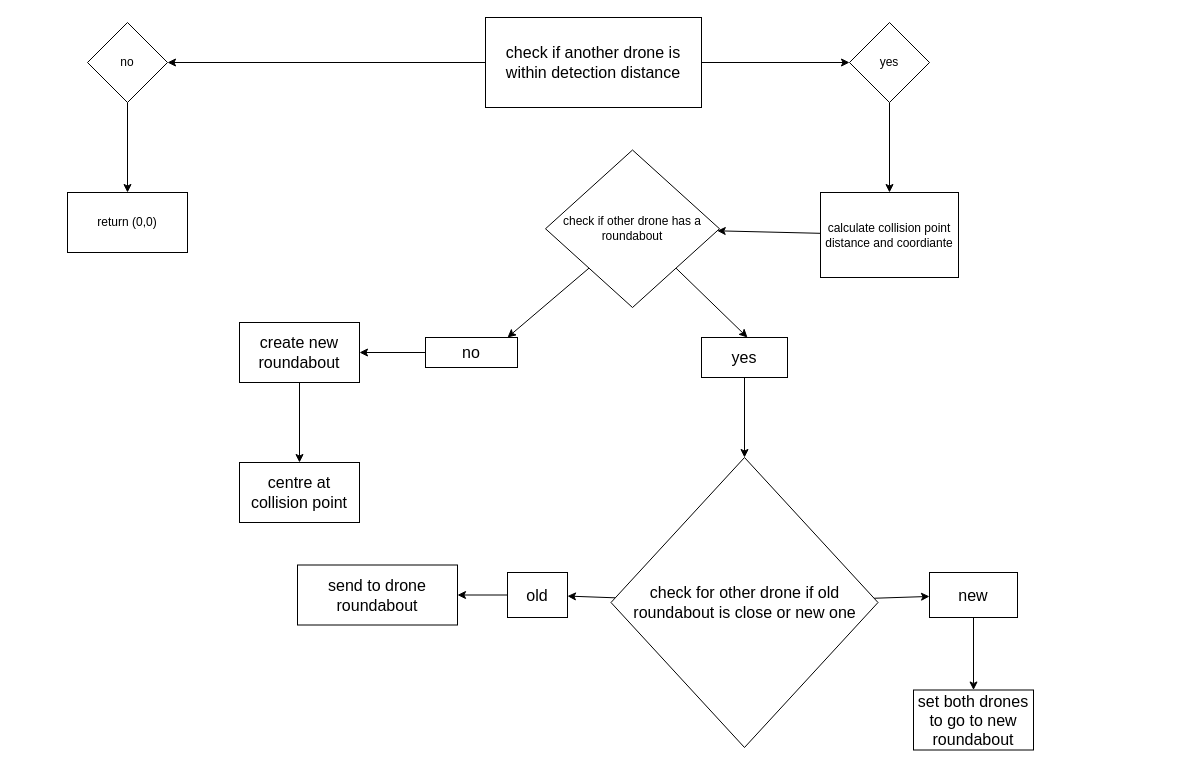
jnash10/UAV-collision-avoidance keeps this draw.io diagram as modular/algo.drawio. Above is the earlier version. Source tidied: cells renumbered, new cells numbered last; positions are measured from the earlier drawing's top-left corner, leaving out a move shared by most shapes. Both pictures are drawn from the tidied source at 100%, with x=0, y=0 at pixel (67, 17).
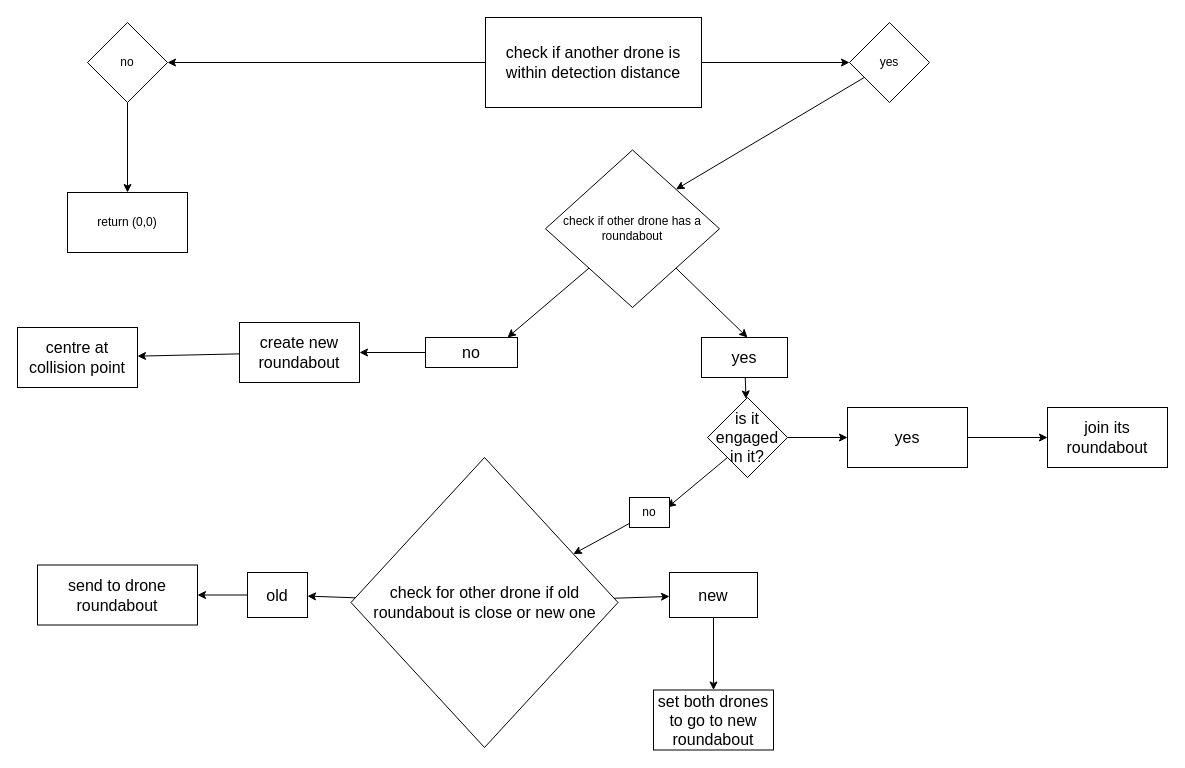
The same diagram, later.

Unchanged cells that the change refers to:
```xml
<mxCell id="6" value="yes" style="rhombus;whiteSpace=wrap;html=1;" parent="1" vertex="1">
  <mxGeometry x="782" y="5" width="80" height="80" as="geometry" />
</mxCell>
<mxCell id="14" value="check if other drone has a roundabout" style="rhombus;whiteSpace=wrap;html=1;" parent="1" vertex="1">
  <mxGeometry x="478" y="132.5" width="174" height="157.5" as="geometry" />
</mxCell>
<mxCell id="18" value="yes" style="whiteSpace=wrap;html=1;fontSize=16;" parent="1" vertex="1">
  <mxGeometry x="634" y="320" width="86" height="40" as="geometry" />
</mxCell>
```

Change to the diagram source:
```diff
@@
-    <mxCell id="5" style="edgeStyle=none;html=1;fontSize=16;" parent="1" edge="1" source="6" target="11">
+    <mxCell id="5" style="edgeStyle=none;html=1;fontSize=16;entryX=1;entryY=0;entryDx=0;entryDy=0;" parent="1" edge="1" source="6" target="14">
       <mxGeometry relative="1" as="geometry" />
     </mxCell>
@@
-    <mxCell id="10" style="edgeStyle=none;html=1;fontSize=16;" parent="1" edge="1" source="11" target="14">
-      <mxGeometry relative="1" as="geometry" />
-    </mxCell>
-    <mxCell id="11" value="calculate collision point distance and coordiante" style="whiteSpace=wrap;html=1;" parent="1" vertex="1">
-      <mxGeometry x="753" y="175" width="138" height="85" as="geometry" />
-    </mxCell>
@@
-    <mxCell id="17" style="edgeStyle=none;html=1;fontSize=16;" parent="1" edge="1" source="18" target="24">
-      <mxGeometry relative="1" as="geometry" />
-    </mxCell>
+    <mxCell id="31" style="edgeStyle=none;html=1;" parent="1" edge="1" source="18" target="34">
+      <mxGeometry relative="1" as="geometry" />
+    </mxCell>
@@
     <mxCell id="21" value="centre at collision point" style="whiteSpace=wrap;html=1;fontSize=16;" parent="1" vertex="1">
-      <mxGeometry x="172" y="445" width="120" height="60" as="geometry" />
+      <mxGeometry x="-50" y="310" width="120" height="60" as="geometry" />
     </mxCell>
@@
     <mxCell id="24" value="check for other drone if old roundabout is close or new one" style="rhombus;whiteSpace=wrap;html=1;fontSize=16;" parent="1" vertex="1">
-      <mxGeometry x="543.5" y="440" width="267" height="290" as="geometry" />
+      <mxGeometry x="283.5" y="440" width="267" height="290" as="geometry" />
     </mxCell>
@@
     <mxCell id="26" value="old" style="whiteSpace=wrap;html=1;fontSize=16;" parent="1" vertex="1">
-      <mxGeometry x="440" y="555" width="60" height="45" as="geometry" />
+      <mxGeometry x="180" y="555" width="60" height="45" as="geometry" />
     </mxCell>
@@
     <mxCell id="28" value="new" style="whiteSpace=wrap;html=1;fontSize=16;" parent="1" vertex="1">
-      <mxGeometry x="862" y="555" width="88" height="45" as="geometry" />
+      <mxGeometry x="602" y="555" width="88" height="45" as="geometry" />
     </mxCell>
     <mxCell id="29" value="send to drone roundabout&lt;br&gt;" style="whiteSpace=wrap;html=1;fontSize=16;" parent="1" vertex="1">
-      <mxGeometry x="230" y="547.5" width="160" height="60" as="geometry" />
+      <mxGeometry x="-30" y="547.5" width="160" height="60" as="geometry" />
     </mxCell>
     <mxCell id="30" value="set both drones to go to new roundabout" style="whiteSpace=wrap;html=1;fontSize=16;" parent="1" vertex="1">
-      <mxGeometry x="846" y="672.5" width="120" height="60" as="geometry" />
+      <mxGeometry x="586" y="672.5" width="120" height="60" as="geometry" />
     </mxCell>
+    <mxCell id="32" style="edgeStyle=none;html=1;exitX=0;exitY=1;exitDx=0;exitDy=0;" parent="1" edge="1" source="34">
+      <mxGeometry relative="1" as="geometry">
+        <mxPoint x="600" y="490" as="targetPoint" />
+      </mxGeometry>
+    </mxCell>
+    <mxCell id="33" style="edgeStyle=none;html=1;" parent="1" edge="1" source="34" target="38">
+      <mxGeometry relative="1" as="geometry" />
+    </mxCell>
+    <mxCell id="34" value="is it engaged in it?" style="rhombus;whiteSpace=wrap;html=1;fontSize=16;" parent="1" vertex="1">
+      <mxGeometry x="640" y="380" width="80" height="80" as="geometry" />
+    </mxCell>
+    <mxCell id="35" style="edgeStyle=none;html=1;" parent="1" edge="1" source="36" target="24">
+      <mxGeometry relative="1" as="geometry" />
+    </mxCell>
+    <mxCell id="36" value="no" style="whiteSpace=wrap;html=1;" parent="1" vertex="1">
+      <mxGeometry x="562" y="480" width="40" height="30" as="geometry" />
+    </mxCell>
+    <mxCell id="37" style="edgeStyle=none;html=1;" parent="1" edge="1" source="38" target="39">
+      <mxGeometry relative="1" as="geometry" />
+    </mxCell>
+    <mxCell id="38" value="yes" style="whiteSpace=wrap;html=1;fontSize=16;" parent="1" vertex="1">
+      <mxGeometry x="780" y="390" width="120" height="60" as="geometry" />
+    </mxCell>
+    <mxCell id="39" value="join its roundabout" style="whiteSpace=wrap;html=1;fontSize=16;" parent="1" vertex="1">
+      <mxGeometry x="980" y="390" width="120" height="60" as="geometry" />
+    </mxCell>
```
